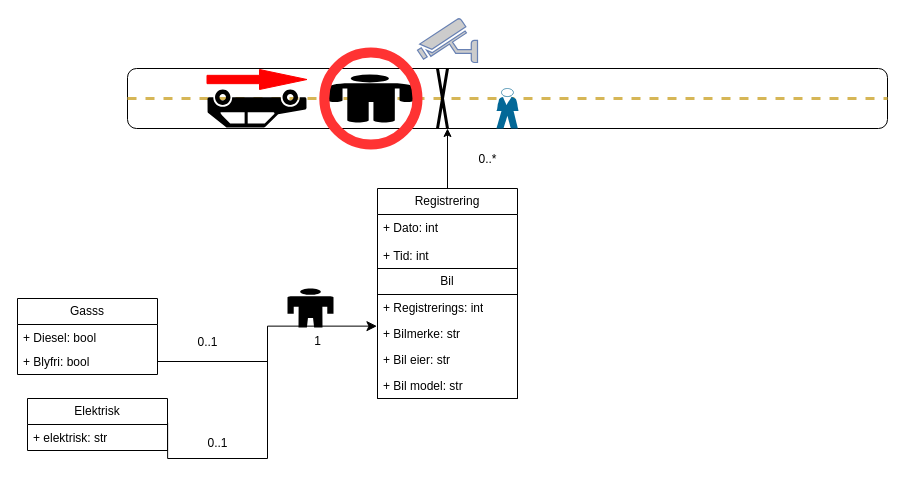
The draw.io diagram mini prosjekt.drawio in Wazahhh/Mini-Poorsjekt-, before the edit. Source tidied: cells renumbered, new cells numbered last; positions are measured from the earlier drawing's top-left corner, leaving out a move shared by most shapes. Both pictures are drawn from the tidied source at 100%, with x=0, y=0 at pixel (17, 18). Pictures stored in the file or linked from it are replaced by grey dashed boxes.
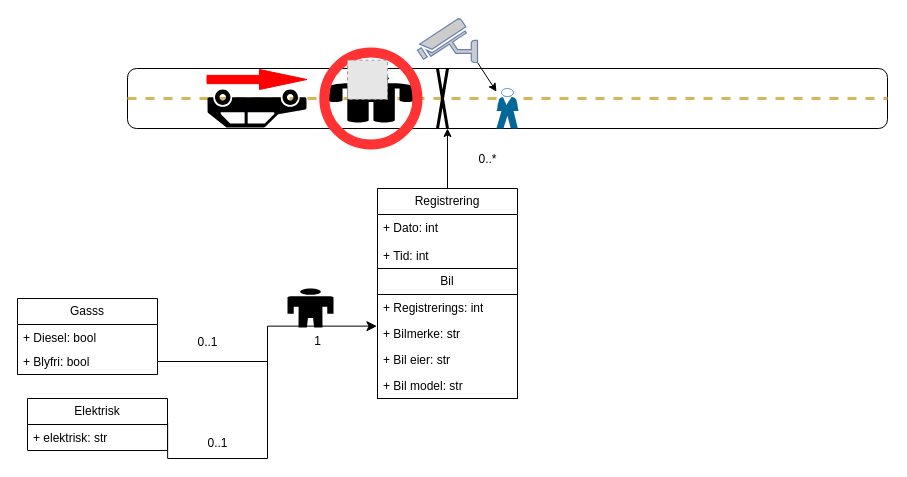
The same page after the edit.

Commit message (it also covers changes not shown here):
nye fine bilder lagt til

The change refers to these unchanged cells:
```xml
<mxCell id="23" style="shape=mxgraph.cisco.people.standing_man;html=1;dashed=0;fillColor=#036897;strokeColor=#ffffff;strokeWidth=2;verticalLabelPosition=bottom;verticalAlign=top;align=center;outlineConnect=0;" parent="1" vertex="1">
  <mxGeometry x="479" y="70" width="22" height="40" as="geometry" />
</mxCell>
<mxCell id="32" style="fontColor=#0066CC;verticalAlign=top;verticalLabelPosition=bottom;labelPosition=center;align=center;html=1;outlineConnect=0;fillColor=#CCCCCC;strokeColor=#6881B3;gradientColor=none;gradientDirection=north;strokeWidth=2;shape=mxgraph.networks.security_camera;direction=east;flipH=1;" parent="1" vertex="1">
  <mxGeometry x="400" width="60" height="44" as="geometry" />
</mxCell>
```

Diff of the diagram source:
```diff
@@
+    <mxCell id="33" style="edgeStyle=none;html=1;exitX=0;exitY=1;exitDx=0;exitDy=0;exitPerimeter=0;" parent="1" edge="1" source="32" target="23">
+      <mxGeometry relative="1" as="geometry" />
+    </mxCell>
@@
+    <mxCell id="34" style="fillColor=#E6E6E6;strokeColor=#999999;dashed=1;verticalLabelPosition=bottom;labelBackgroundColor=default;verticalAlign=top;" parent="1" vertex="1">
+      <mxGeometry x="330" y="41.7" width="40" height="39.1" as="geometry" />
+    </mxCell>
```
